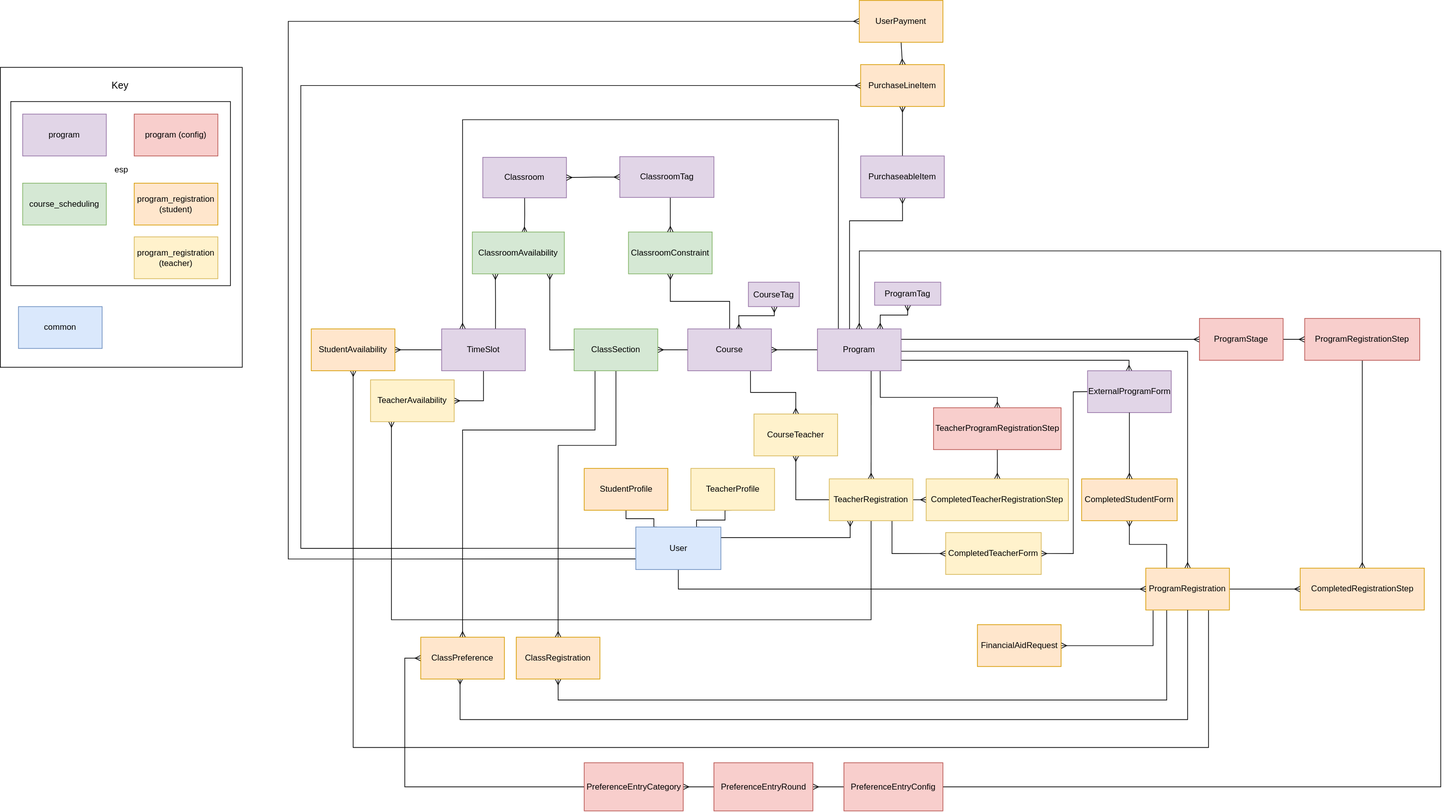
mit-esp/new-esp-website keeps this draw.io diagram as code/entity_relationship_diagram.svg. Above is the earlier version. Source tidied: cells renumbered, new cells last; positions are measured from the earlier drawing's top-left corner, leaving out a move shared by most shapes.
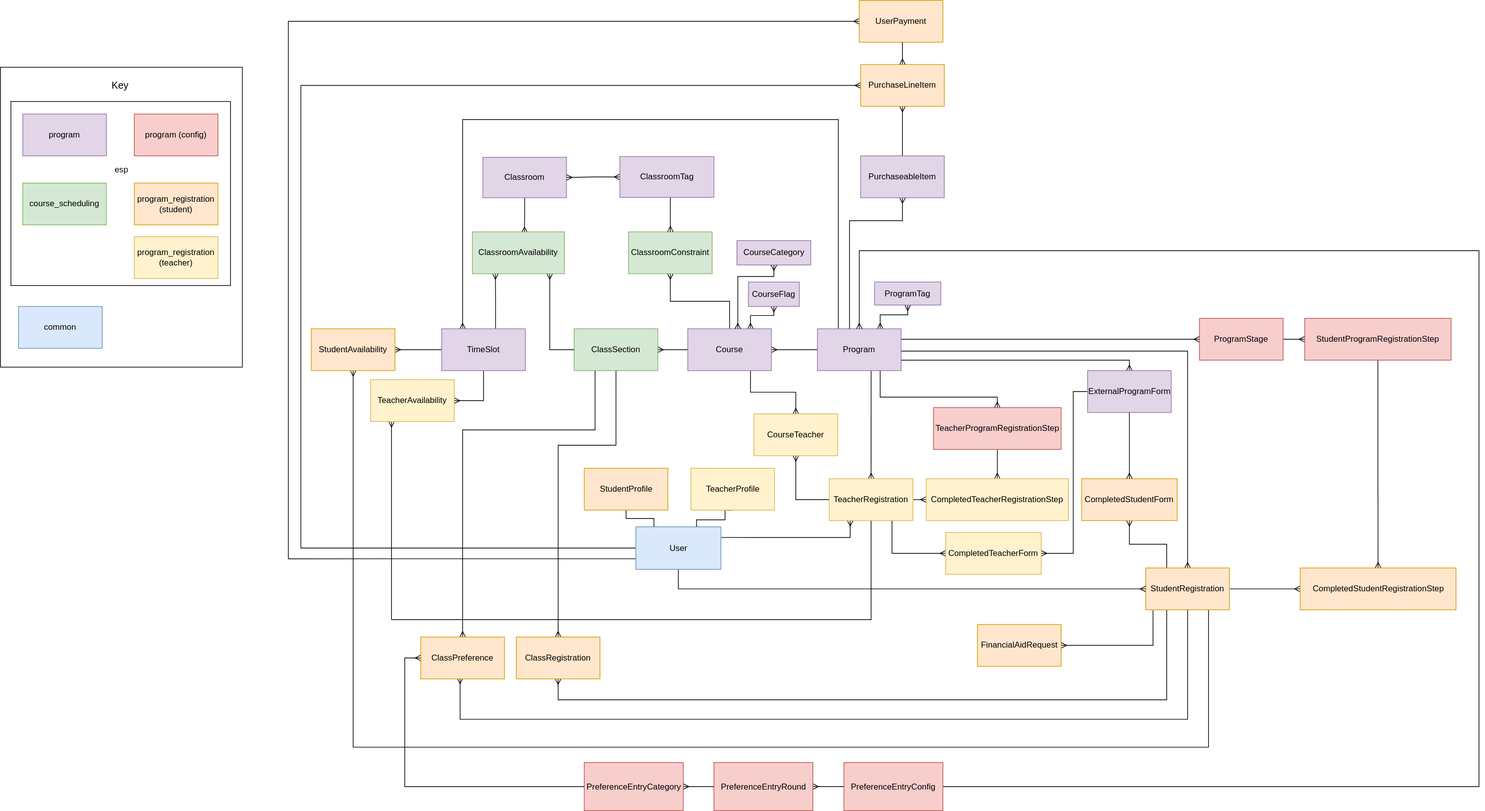
Above is the later version.

Commit message:
renamed "ProgramRegistration" to "StudentRegistration"

What changed in the source:
```diff
@@ -59,12 +59,11 @@
     <mxCell id="13" style="edgeStyle=orthogonalEdgeStyle;rounded=0;jettySize=auto;html=1;exitX=0;exitY=0.5;exitDx=0;exitDy=0;entryX=1;entryY=0.5;entryDx=0;entryDy=0;endArrow=ERmany;endFill=0;" parent="1" edge="1" source="17" target="20">
       <mxGeometry relative="1" as="geometry" />
     </mxCell>
-    <mxCell id="14" style="edgeStyle=orthogonalEdgeStyle;rounded=0;jettySize=auto;html=1;endArrow=ERmany;endFill=0;entryX=0.5;entryY=1;entryDx=0;entryDy=0;fillColor=#e1d5e7;startArrow=ERmany;startFill=0;exitX=0.611;exitY=0.022;exitDx=0;exitDy=0;exitPerimeter=0;" parent="1" edge="1" source="17" target="49">
+    <mxCell id="14" style="edgeStyle=orthogonalEdgeStyle;rounded=0;jettySize=auto;html=1;endArrow=ERmany;endFill=0;entryX=0.5;entryY=1;entryDx=0;entryDy=0;fillColor=#e1d5e7;startArrow=ERmany;startFill=0;exitX=0.75;exitY=0;exitDx=0;exitDy=0;" parent="1" edge="1" source="17" target="49">
       <mxGeometry relative="1" as="geometry">
         <Array as="points">
-          <mxPoint x="1059" y="452" />
+          <mxPoint x="1076" y="452" />
           <mxPoint x="1110" y="452" />
-          <mxPoint x="1110" y="439" />
         </Array>
       </mxGeometry>
     </mxCell>
@@ -125,14 +124,14 @@
         </Array>
       </mxGeometry>
     </mxCell>
-    <mxCell id="25" value="ProgramRegistration" style="rounded=0;whiteSpace=wrap;html=1;fillColor=#ffe6cc;strokeColor=#d79b00;" parent="1" vertex="1">
+    <mxCell id="25" value="StudentRegistration" style="rounded=0;whiteSpace=wrap;html=1;fillColor=#ffe6cc;strokeColor=#d79b00;" parent="1" vertex="1">
       <mxGeometry x="1643" y="814" width="120" height="60" as="geometry" />
     </mxCell>
     <mxCell id="26" style="edgeStyle=orthogonalEdgeStyle;rounded=0;jettySize=auto;html=1;entryX=0.5;entryY=0;entryDx=0;entryDy=0;endArrow=ERmany;endFill=0;" parent="1" edge="1" source="28" target="12">
       <mxGeometry relative="1" as="geometry">
         <Array as="points">
-          <mxPoint x="2066" y="1128" />
-          <mxPoint x="2066" y="359" />
+          <mxPoint x="2121" y="1128" />
+          <mxPoint x="2121" y="359" />
           <mxPoint x="1232" y="359" />
         </Array>
       </mxGeometry>
@@ -219,8 +218,8 @@
     <mxCell id="43" style="edgeStyle=orthogonalEdgeStyle;rounded=0;jettySize=auto;html=1;entryX=0.5;entryY=0;entryDx=0;entryDy=0;endArrow=ERmany;endFill=0;" parent="1" edge="1" source="44" target="56">
       <mxGeometry relative="1" as="geometry" />
     </mxCell>
-    <mxCell id="44" value="ProgramRegistrationStep" style="rounded=0;whiteSpace=wrap;html=1;fillColor=#f8cecc;strokeColor=#b85450;" parent="1" vertex="1">
-      <mxGeometry x="1871" y="456" width="165" height="60" as="geometry" />
+    <mxCell id="44" value="StudentProgramRegistrationStep" style="rounded=0;whiteSpace=wrap;html=1;fillColor=#f8cecc;strokeColor=#b85450;" parent="1" vertex="1">
+      <mxGeometry x="1871" y="456" width="210" height="60" as="geometry" />
     </mxCell>
     <mxCell id="45" value="ClassPreference" style="rounded=0;whiteSpace=wrap;html=1;fillColor=#ffe6cc;strokeColor=#d79b00;" parent="1" vertex="1">
       <mxGeometry x="603" y="913" width="120" height="60" as="geometry" />
@@ -234,7 +233,7 @@
     <mxCell id="48" value="ProgramTag" style="rounded=0;whiteSpace=wrap;html=1;fillColor=#e1d5e7;strokeColor=#9673a6;" parent="1" vertex="1">
       <mxGeometry x="1254" y="404" width="95" height="33" as="geometry" />
     </mxCell>
-    <mxCell id="49" value="CourseTag" style="rounded=0;whiteSpace=wrap;html=1;fillColor=#e1d5e7;strokeColor=#9673a6;" parent="1" vertex="1">
+    <mxCell id="49" value="CourseFlag" style="rounded=0;whiteSpace=wrap;html=1;fillColor=#e1d5e7;strokeColor=#9673a6;" parent="1" vertex="1">
       <mxGeometry x="1073" y="404" width="73" height="35" as="geometry" />
     </mxCell>
     <mxCell id="50" style="edgeStyle=orthogonalEdgeStyle;rounded=0;jettySize=auto;html=1;entryX=0;entryY=0.5;entryDx=0;entryDy=0;endArrow=none;endFill=0;startArrow=ERmany;startFill=0;" parent="1" edge="1" source="55" target="20">
@@ -259,8 +258,8 @@
     <mxCell id="55" value="ClassroomAvailability" style="rounded=0;whiteSpace=wrap;html=1;fillColor=#d5e8d4;strokeColor=#82b366;" parent="1" vertex="1">
       <mxGeometry x="677" y="332" width="132" height="60" as="geometry" />
     </mxCell>
-    <mxCell id="56" value="CompletedRegistrationStep" style="rounded=0;whiteSpace=wrap;html=1;fillColor=#ffe6cc;strokeColor=#d79b00;" parent="1" vertex="1">
-      <mxGeometry x="1864.5" y="814" width="178" height="60" as="geometry" />
+    <mxCell id="56" value="CompletedStudentRegistrationStep" style="rounded=0;whiteSpace=wrap;html=1;fillColor=#ffe6cc;strokeColor=#d79b00;" parent="1" vertex="1">
+      <mxGeometry x="1864.5" y="814" width="223.5" height="60" as="geometry" />
     </mxCell>
     <mxCell id="57" value="StudentProfile" style="rounded=0;whiteSpace=wrap;html=1;fillColor=#ffe6cc;strokeColor=#d79b00;" parent="1" vertex="1">
       <mxGeometry x="837.5" y="671" width="120" height="60" as="geometry" />
@@ -409,5 +408,16 @@
     <mxCell id="95" value="CompletedTeacherForm" style="rounded=0;whiteSpace=wrap;html=1;fillColor=#fff2cc;strokeColor=#d6b656;" parent="1" vertex="1">
       <mxGeometry x="1356" y="763" width="137" height="60" as="geometry" />
     </mxCell>
+    <mxCell id="96" value="CourseCategory" style="rounded=0;whiteSpace=wrap;html=1;fillColor=#e1d5e7;strokeColor=#9673a6;" parent="1" vertex="1">
+      <mxGeometry x="1056.5" y="344.5" width="106" height="35" as="geometry" />
+    </mxCell>
+    <mxCell id="97" style="edgeStyle=orthogonalEdgeStyle;rounded=0;jettySize=auto;html=1;endArrow=ERmany;endFill=0;entryX=0.5;entryY=1;entryDx=0;entryDy=0;fillColor=#e1d5e7;startArrow=ERmany;startFill=0;exitX=0.598;exitY=0.002;exitDx=0;exitDy=0;exitPerimeter=0;" parent="1" edge="1" source="17" target="96">
+      <mxGeometry relative="1" as="geometry">
+        <Array as="points">
+          <mxPoint x="1058" y="396" />
+          <mxPoint x="1110" y="396" />
+        </Array>
+      </mxGeometry>
+    </mxCell>
   </root>
 </mxGraphModel>
```
